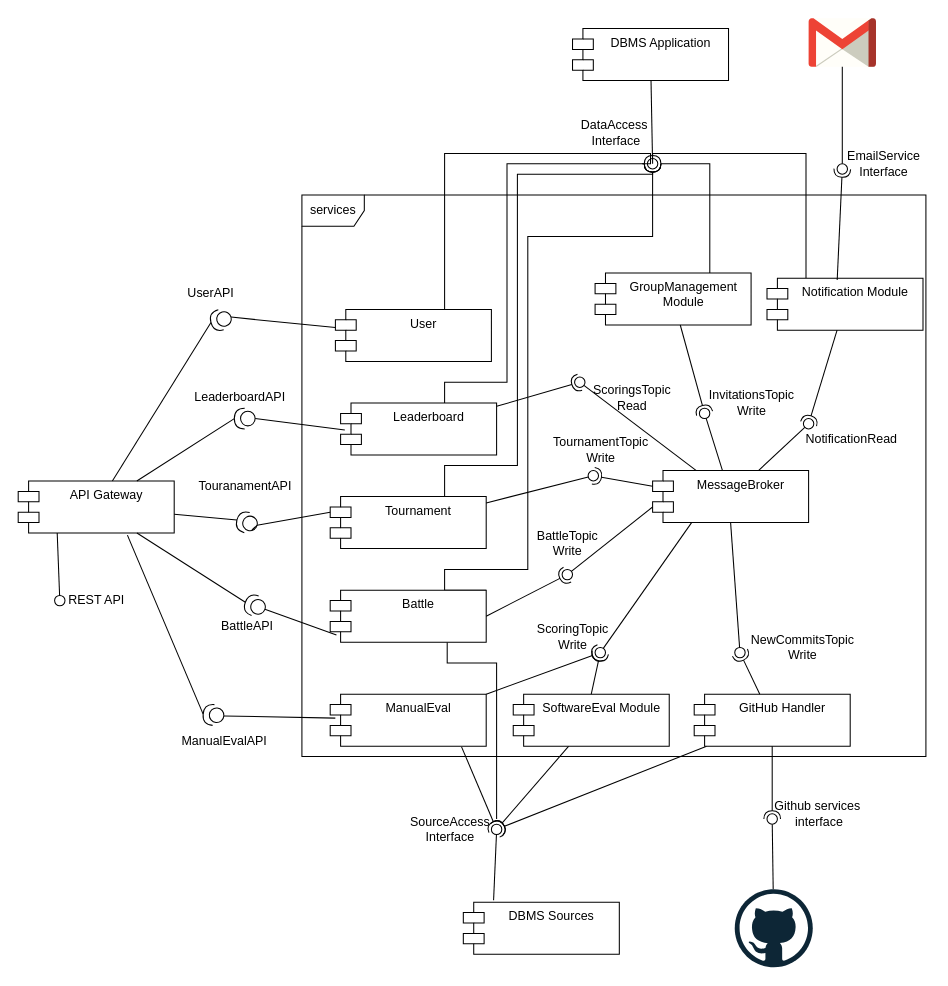
The draw.io diagram DD_material/microservicesComponentDiagram.drawio in FedericoValentino/SE2-ValentinoZarbo, before the edit. Source tidied: cells renumbered, new cells numbered last; positions are measured from the earlier drawing's top-left corner, leaving out a move shared by most shapes. Both pictures are drawn from the tidied source at 104%, with x=0, y=0 at pixel (18, 18).
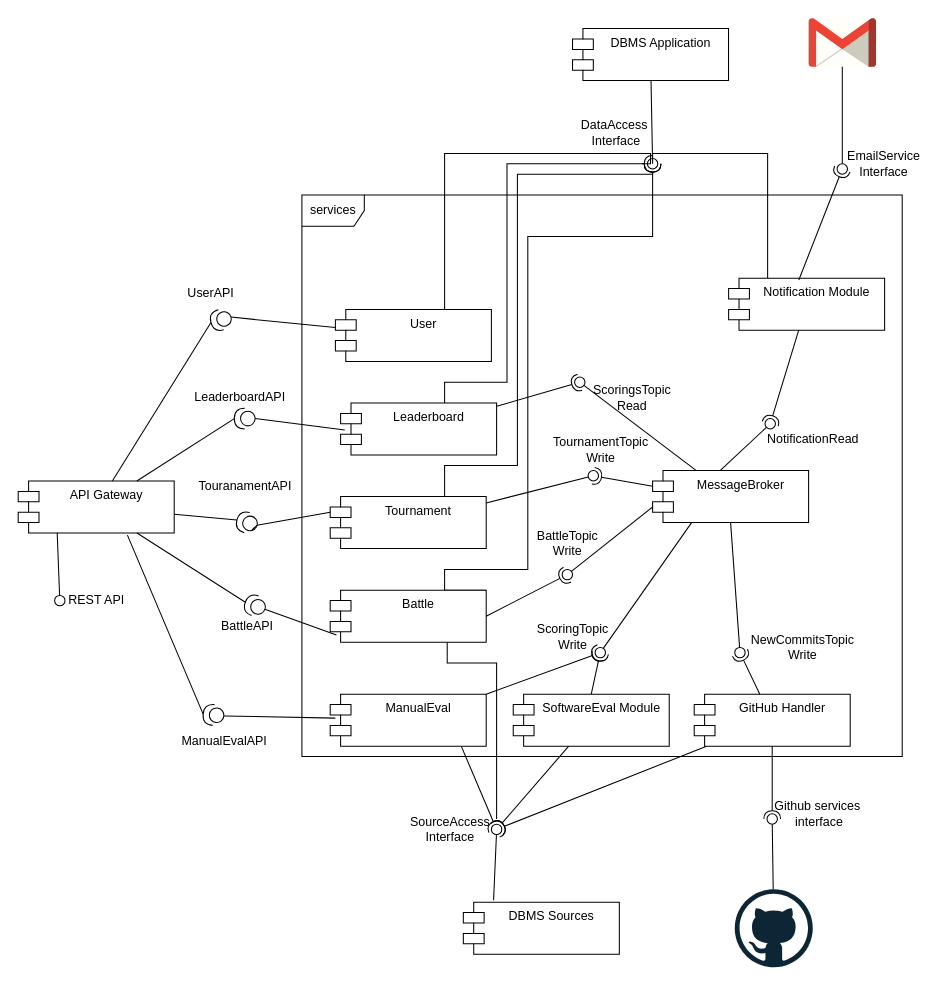
The same page after the edit.

Unchanged cells that the change refers to:
```xml
<mxCell id="14" value="MessageBroker" style="shape=module;align=left;spacingLeft=20;align=center;verticalAlign=top;whiteSpace=wrap;html=1;" parent="1" vertex="1">
  <mxGeometry x="610" y="435" width="150" height="50" as="geometry" />
</mxCell>
```

What changed in the source:
```diff
@@
     <mxCell id="2" value="services" style="shape=umlFrame;whiteSpace=wrap;html=1;" parent="1" vertex="1">
-      <mxGeometry x="272.8" y="170" width="600" height="540" as="geometry" />
+      <mxGeometry x="272.8" y="170" width="577.2" height="540" as="geometry" />
     </mxCell>
@@
     <mxCell id="8" style="edgeStyle=orthogonalEdgeStyle;html=1;exitX=0.25;exitY=0;exitDx=0;exitDy=0;endArrow=none;endFill=0;rounded=0;" parent="1" edge="1" source="9">
       <mxGeometry relative="1" as="geometry">
         <mxPoint x="610" y="140" as="targetPoint" />
         <Array as="points">
-          <mxPoint x="757" y="130" />
+          <mxPoint x="721" y="130" />
           <mxPoint x="610" y="130" />
         </Array>
       </mxGeometry>
     </mxCell>
     <mxCell id="9" value="Notification Module" style="shape=module;align=left;spacingLeft=20;align=center;verticalAlign=top;whiteSpace=wrap;html=1;" parent="1" vertex="1">
-      <mxGeometry x="720" y="250" width="150" height="50" as="geometry" />
+      <mxGeometry x="683.1" y="250" width="150" height="50" as="geometry" />
     </mxCell>
@@
-    <mxCell id="19" style="edgeStyle=orthogonalEdgeStyle;html=1;endArrow=halfCircle;endFill=0;startSize=4;rounded=0;" parent="1" edge="1" source="20">
-      <mxGeometry relative="1" as="geometry">
-        <mxPoint x="610" y="140" as="targetPoint" />
-        <Array as="points">
-          <mxPoint x="665" y="140" />
-        </Array>
-      </mxGeometry>
-    </mxCell>
-    <mxCell id="20" value="GroupManagement Module" style="shape=module;align=left;spacingLeft=20;align=center;verticalAlign=top;whiteSpace=wrap;html=1;" parent="1" vertex="1">
-      <mxGeometry x="554.7" y="245" width="150" height="50" as="geometry" />
-    </mxCell>
     <mxCell id="21" style="rounded=0;jettySize=auto;html=1;endArrow=halfCircle;endFill=0;endSize=6;strokeWidth=1;sketch=0;" parent="1" edge="1" source="9">
       <mxGeometry relative="1" as="geometry">
-        <mxPoint x="760" y="390" as="targetPoint" />
+        <mxPoint x="723.1" y="390" as="targetPoint" />
       </mxGeometry>
     </mxCell>
-    <mxCell id="22" style="rounded=0;jettySize=auto;html=1;endArrow=oval;endFill=0;sketch=0;targetPerimeterSpacing=0;endSize=10;startArrow=none;" parent="1" edge="1" source="14">
+    <mxCell id="22" style="rounded=0;orthogonalLoop=1;jettySize=auto;html=1;endArrow=oval;endFill=0;sketch=0;targetPerimeterSpacing=0;endSize=10;startArrow=none;" parent="1" edge="1">
       <mxGeometry relative="1" as="geometry">
-        <mxPoint x="760" y="390" as="targetPoint" />
+        <mxPoint x="674.9" y="435" as="sourcePoint" />
+        <mxPoint x="723.1" y="390" as="targetPoint" />
       </mxGeometry>
     </mxCell>
@@
     <mxCell id="27" value="NotificationRead" style="text;html=1;align=center;verticalAlign=middle;strokeColor=none;fillColor=none;" parent="1" vertex="1">
-      <mxGeometry x="746" y="390" width="110" height="30" as="geometry" />
+      <mxGeometry x="709.1" y="390" width="110" height="30" as="geometry" />
     </mxCell>
@@
-    <mxCell id="42" style="rounded=0;jettySize=auto;html=1;endArrow=halfCircle;endFill=0;endSize=6;strokeWidth=1;sketch=0;" parent="1" edge="1" source="20">
-      <mxGeometry relative="1" as="geometry">
-        <mxPoint x="660" y="380" as="targetPoint" />
-      </mxGeometry>
-    </mxCell>
-    <mxCell id="43" style="rounded=0;jettySize=auto;html=1;endArrow=oval;endFill=0;sketch=0;sourcePerimeterSpacing=0;targetPerimeterSpacing=0;endSize=10;" parent="1" edge="1" source="14">
-      <mxGeometry relative="1" as="geometry">
-        <mxPoint x="660" y="380" as="targetPoint" />
-      </mxGeometry>
-    </mxCell>
@@
-    <mxCell id="45" value="InvitationsTopic&lt;br&gt;Write" style="text;html=1;align=center;verticalAlign=middle;strokeColor=none;fillColor=none;" parent="1" vertex="1">
-      <mxGeometry x="650" y="350" width="110" height="40" as="geometry" />
-    </mxCell>
```
